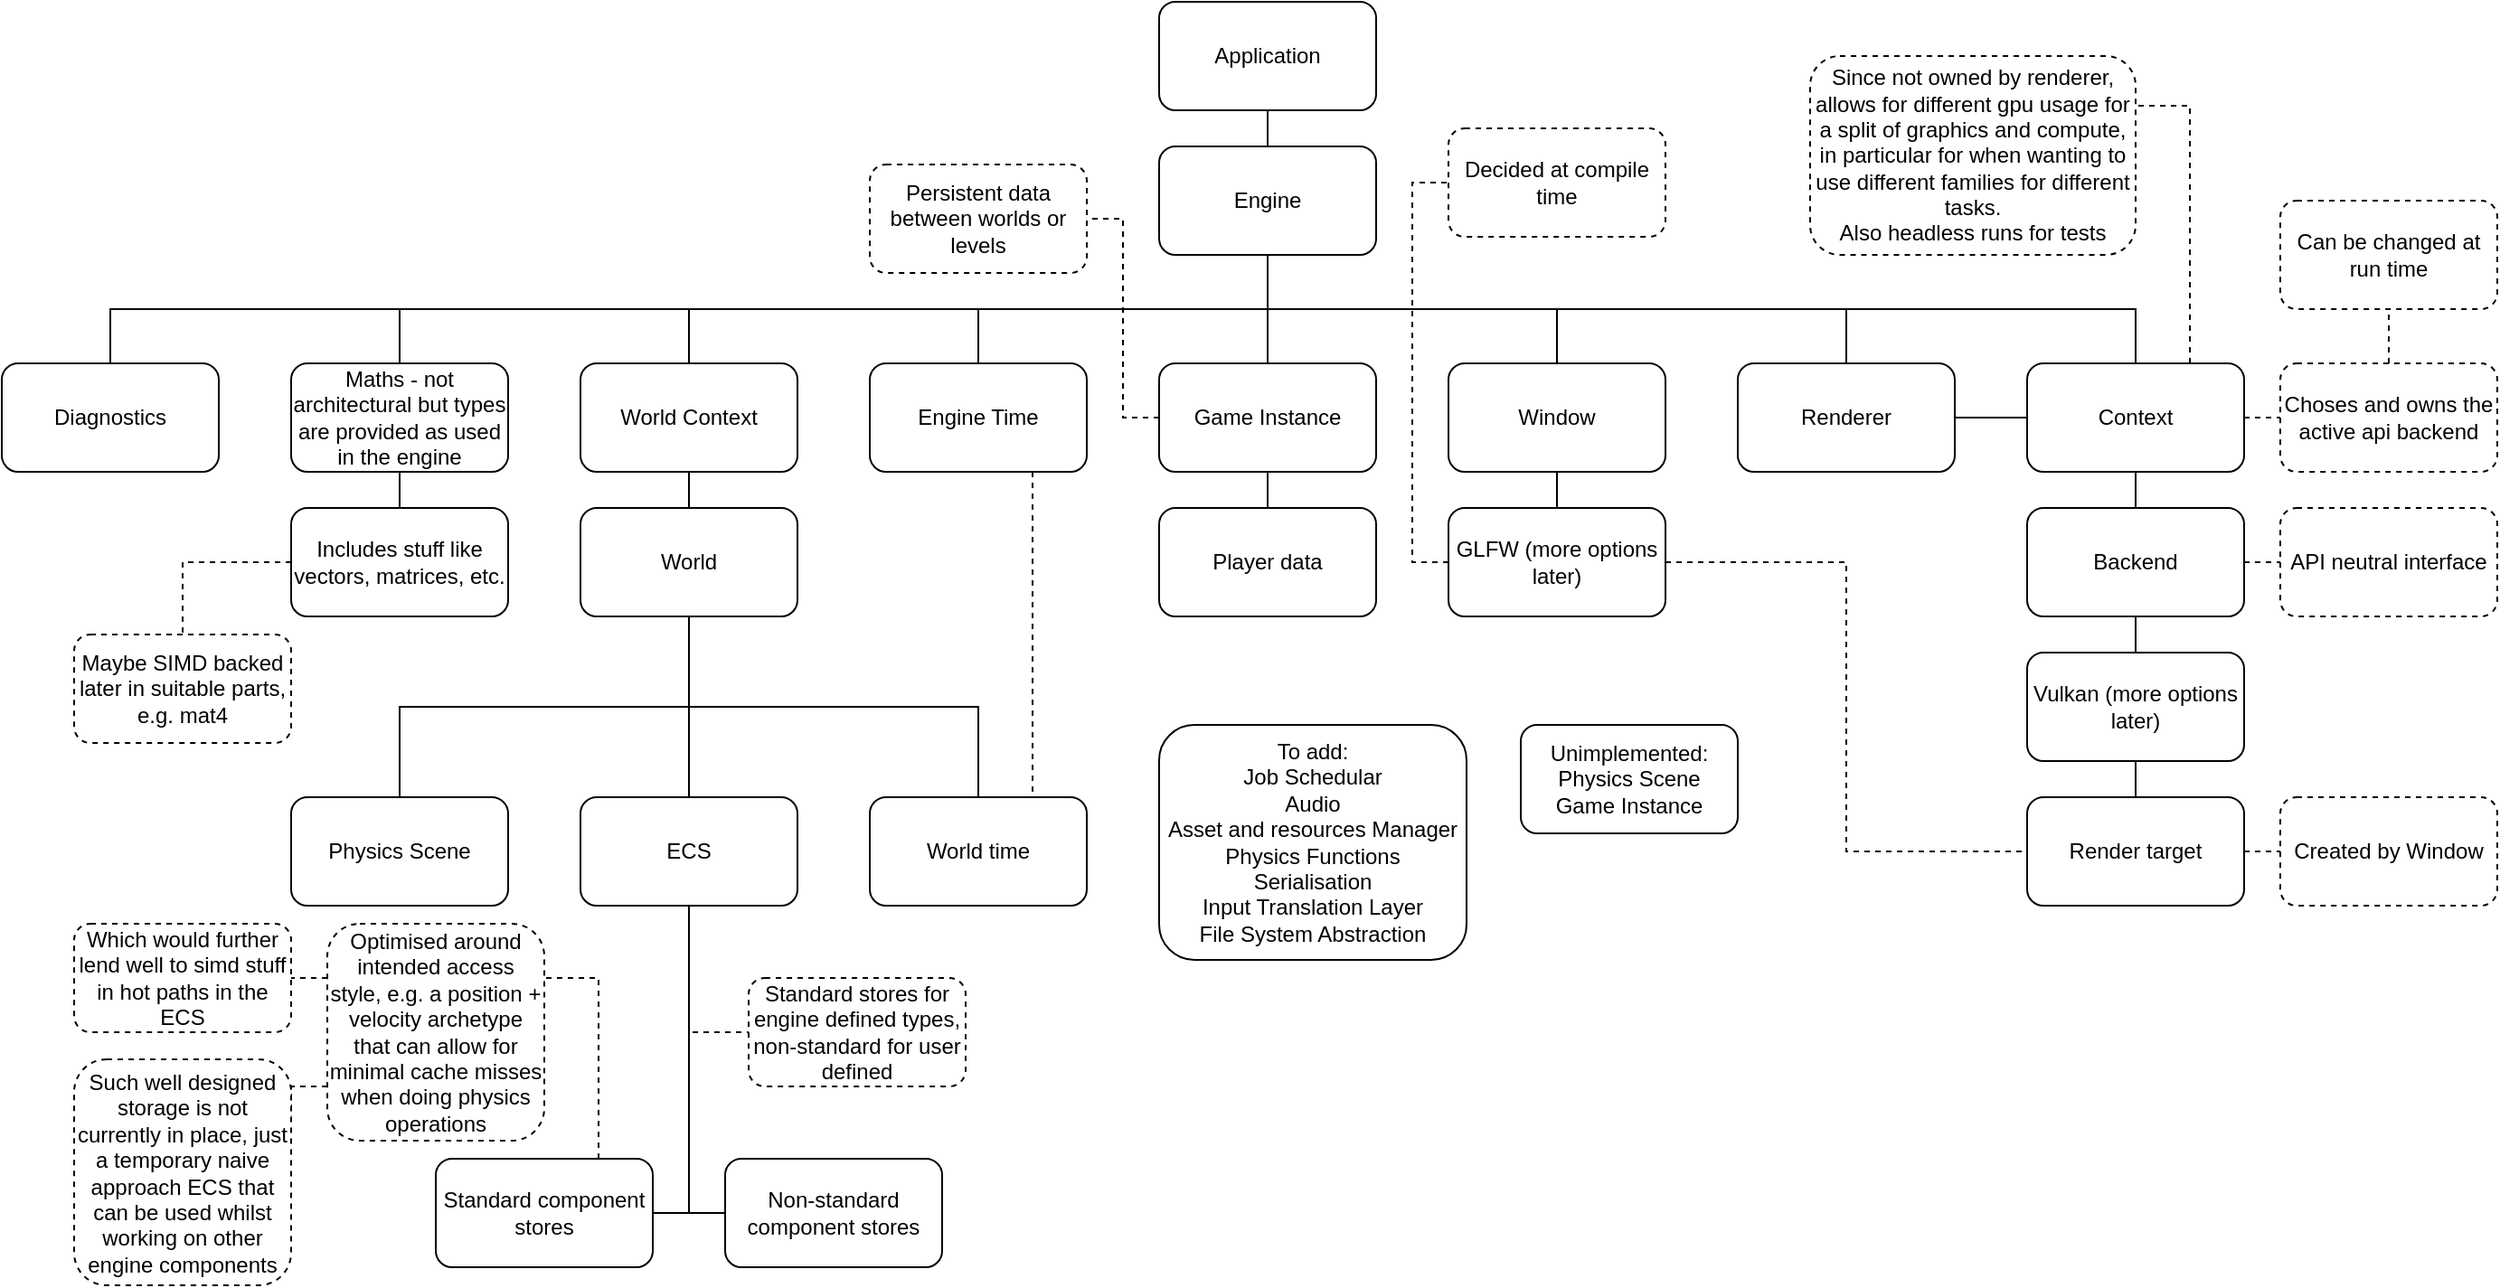
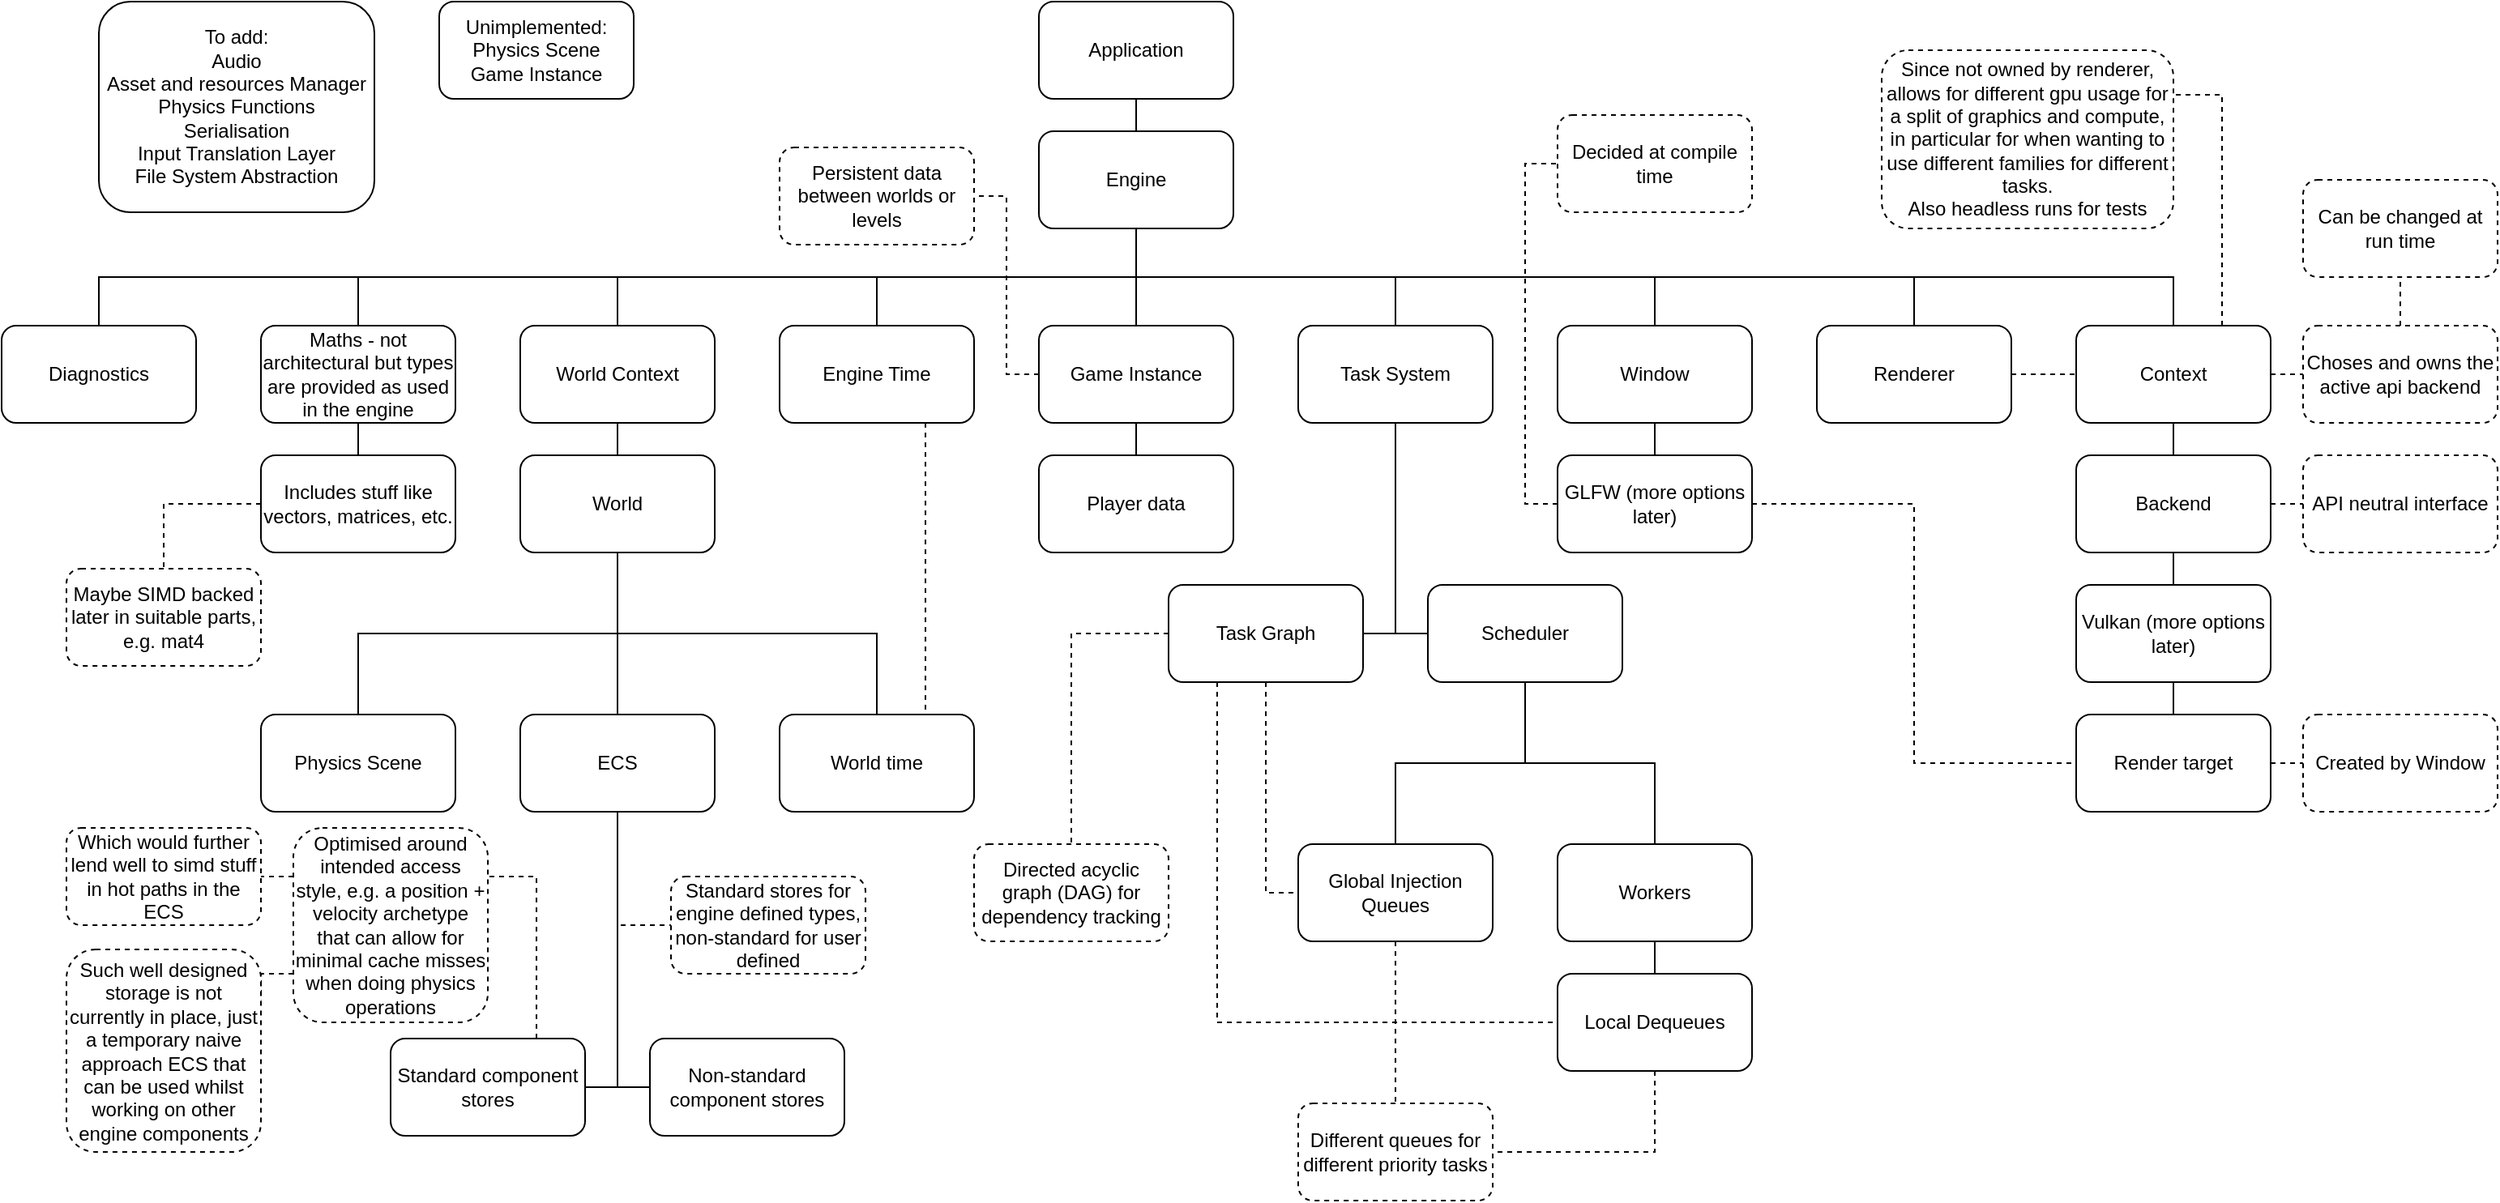
<mxfile host="app.diagrams.net">
  <diagram name="Page-1" id="mbhAn7DSFYo8dZAduWNX">
-     <mxGraphModel dx="2383" dy="864" grid="1" gridSize="10" guides="1" tooltips="1" connect="1" arrows="1" fold="1" page="1" pageScale="1" pageWidth="827" pageHeight="1169" math="0" shadow="0">
+     <mxGraphModel dx="2606" dy="1036" grid="1" gridSize="10" guides="1" tooltips="1" connect="1" arrows="1" fold="1" page="1" pageScale="1" pageWidth="827" pageHeight="1169" math="0" shadow="0">
      <root>
        <mxCell id="0" />
        <mxCell id="1" parent="0" />
        <mxCell id="Oi5ag5eFNUSWMgOTI_YV-3" edge="1" parent="1" source="Oi5ag5eFNUSWMgOTI_YV-1" style="edgeStyle=orthogonalEdgeStyle;rounded=0;orthogonalLoop=1;jettySize=auto;html=1;exitX=0.5;exitY=1;exitDx=0;exitDy=0;entryX=0.5;entryY=0;entryDx=0;entryDy=0;endArrow=none;endFill=0;" target="Oi5ag5eFNUSWMgOTI_YV-2">
          <mxGeometry relative="1" as="geometry" />
        </mxCell>
        <mxCell id="Oi5ag5eFNUSWMgOTI_YV-1" parent="1" style="rounded=1;whiteSpace=wrap;html=1;" value="Application" vertex="1">
          <mxGeometry height="60" width="120" x="320" y="80" as="geometry" />
        </mxCell>
        <mxCell id="Oi5ag5eFNUSWMgOTI_YV-11" edge="1" parent="1" source="Oi5ag5eFNUSWMgOTI_YV-2" style="edgeStyle=orthogonalEdgeStyle;rounded=0;orthogonalLoop=1;jettySize=auto;html=1;exitX=0.5;exitY=1;exitDx=0;exitDy=0;entryX=0.5;entryY=0;entryDx=0;entryDy=0;endArrow=none;endFill=0;" target="Oi5ag5eFNUSWMgOTI_YV-4">
          <mxGeometry relative="1" as="geometry" />
        </mxCell>
        <mxCell id="Oi5ag5eFNUSWMgOTI_YV-16" edge="1" parent="1" source="Oi5ag5eFNUSWMgOTI_YV-2" style="edgeStyle=orthogonalEdgeStyle;rounded=0;orthogonalLoop=1;jettySize=auto;html=1;exitX=0.5;exitY=1;exitDx=0;exitDy=0;entryX=0.5;entryY=0;entryDx=0;entryDy=0;endArrow=none;endFill=0;" target="Oi5ag5eFNUSWMgOTI_YV-6">
          <mxGeometry relative="1" as="geometry" />
        </mxCell>
        <mxCell id="Oi5ag5eFNUSWMgOTI_YV-87" edge="1" parent="1" source="Oi5ag5eFNUSWMgOTI_YV-2" style="edgeStyle=orthogonalEdgeStyle;rounded=0;orthogonalLoop=1;jettySize=auto;html=1;exitX=0.5;exitY=1;exitDx=0;exitDy=0;entryX=0.5;entryY=0;entryDx=0;entryDy=0;endArrow=none;endFill=0;" target="Oi5ag5eFNUSWMgOTI_YV-86">
          <mxGeometry relative="1" as="geometry" />
        </mxCell>
        <mxCell id="i3pJ2tpZdK7oocnIrgXj-2" edge="1" parent="1" source="Oi5ag5eFNUSWMgOTI_YV-2" style="edgeStyle=orthogonalEdgeStyle;rounded=0;orthogonalLoop=1;jettySize=auto;html=1;exitX=0.5;exitY=1;exitDx=0;exitDy=0;entryX=0.5;entryY=0;entryDx=0;entryDy=0;endArrow=none;endFill=0;" target="i3pJ2tpZdK7oocnIrgXj-1">
          <mxGeometry relative="1" as="geometry" />
        </mxCell>
        <mxCell id="i3pJ2tpZdK7oocnIrgXj-9" edge="1" parent="1" source="Oi5ag5eFNUSWMgOTI_YV-2" style="edgeStyle=orthogonalEdgeStyle;rounded=0;orthogonalLoop=1;jettySize=auto;html=1;exitX=0.5;exitY=1;exitDx=0;exitDy=0;endArrow=none;endFill=0;" target="i3pJ2tpZdK7oocnIrgXj-8">
          <mxGeometry relative="1" as="geometry" />
        </mxCell>
        <mxCell id="i3pJ2tpZdK7oocnIrgXj-14" edge="1" parent="1" source="Oi5ag5eFNUSWMgOTI_YV-2" style="edgeStyle=orthogonalEdgeStyle;rounded=0;orthogonalLoop=1;jettySize=auto;html=1;exitX=0.5;exitY=1;exitDx=0;exitDy=0;entryX=0.5;entryY=0;entryDx=0;entryDy=0;endArrow=none;endFill=0;" target="Oi5ag5eFNUSWMgOTI_YV-8">
          <mxGeometry relative="1" as="geometry" />
        </mxCell>
        <mxCell id="i3pJ2tpZdK7oocnIrgXj-15" edge="1" parent="1" source="Oi5ag5eFNUSWMgOTI_YV-2" style="edgeStyle=orthogonalEdgeStyle;rounded=0;orthogonalLoop=1;jettySize=auto;html=1;exitX=0.5;exitY=1;exitDx=0;exitDy=0;entryX=0.5;entryY=0;entryDx=0;entryDy=0;endArrow=none;endFill=0;" target="Oi5ag5eFNUSWMgOTI_YV-5">
          <mxGeometry relative="1" as="geometry" />
        </mxCell>
        <mxCell id="i3pJ2tpZdK7oocnIrgXj-16" edge="1" parent="1" source="Oi5ag5eFNUSWMgOTI_YV-2" style="edgeStyle=orthogonalEdgeStyle;rounded=0;orthogonalLoop=1;jettySize=auto;html=1;exitX=0.5;exitY=1;exitDx=0;exitDy=0;entryX=0.5;entryY=0;entryDx=0;entryDy=0;endArrow=none;endFill=0;" target="Oi5ag5eFNUSWMgOTI_YV-27">
          <mxGeometry relative="1" as="geometry" />
        </mxCell>
+         <mxCell id="Co8FKgyJ0RyQGJsRHfQD-3" edge="1" parent="1" source="Oi5ag5eFNUSWMgOTI_YV-2" style="edgeStyle=orthogonalEdgeStyle;rounded=0;orthogonalLoop=1;jettySize=auto;html=1;exitX=0.5;exitY=1;exitDx=0;exitDy=0;entryX=0.5;entryY=0;entryDx=0;entryDy=0;endArrow=none;endFill=0;" target="Co8FKgyJ0RyQGJsRHfQD-2">
+           <mxGeometry relative="1" as="geometry" />
+         </mxCell>
        <mxCell id="Oi5ag5eFNUSWMgOTI_YV-2" parent="1" style="rounded=1;whiteSpace=wrap;html=1;" value="Engine" vertex="1">
          <mxGeometry height="60" width="120" x="320" y="160" as="geometry" />
        </mxCell>
        <mxCell id="Oi5ag5eFNUSWMgOTI_YV-12" edge="1" parent="1" source="Oi5ag5eFNUSWMgOTI_YV-4" style="edgeStyle=orthogonalEdgeStyle;rounded=0;orthogonalLoop=1;jettySize=auto;html=1;exitX=0.5;exitY=1;exitDx=0;exitDy=0;entryX=0.5;entryY=0;entryDx=0;entryDy=0;endArrow=none;endFill=0;" target="Oi5ag5eFNUSWMgOTI_YV-9">
          <mxGeometry relative="1" as="geometry" />
        </mxCell>
        <mxCell id="Oi5ag5eFNUSWMgOTI_YV-4" parent="1" style="rounded=1;whiteSpace=wrap;html=1;" value="World Context" vertex="1">
          <mxGeometry height="60" width="120" y="280" as="geometry" />
        </mxCell>
-         <mxCell id="Oi5ag5eFNUSWMgOTI_YV-77" edge="1" parent="1" source="Oi5ag5eFNUSWMgOTI_YV-5" style="edgeStyle=orthogonalEdgeStyle;rounded=0;orthogonalLoop=1;jettySize=auto;html=1;exitX=1;exitY=0.5;exitDx=0;exitDy=0;entryX=0;entryY=0.5;entryDx=0;entryDy=0;endArrow=none;endFill=0;" target="Oi5ag5eFNUSWMgOTI_YV-27">
+         <mxCell id="Oi5ag5eFNUSWMgOTI_YV-77" edge="1" parent="1" source="Oi5ag5eFNUSWMgOTI_YV-5" style="edgeStyle=orthogonalEdgeStyle;rounded=0;orthogonalLoop=1;jettySize=auto;html=1;exitX=1;exitY=0.5;exitDx=0;exitDy=0;entryX=0;entryY=0.5;entryDx=0;entryDy=0;endArrow=none;endFill=0;dashed=1;" target="Oi5ag5eFNUSWMgOTI_YV-27">
          <mxGeometry relative="1" as="geometry" />
        </mxCell>
        <mxCell id="Oi5ag5eFNUSWMgOTI_YV-5" parent="1" style="rounded=1;whiteSpace=wrap;html=1;" value="Renderer" vertex="1">
-           <mxGeometry height="60" width="120" x="640" y="280" as="geometry" />
+           <mxGeometry height="60" width="120" x="800" y="280" as="geometry" />
        </mxCell>
        <mxCell id="Oi5ag5eFNUSWMgOTI_YV-69" edge="1" parent="1" source="Oi5ag5eFNUSWMgOTI_YV-6" style="edgeStyle=orthogonalEdgeStyle;rounded=0;orthogonalLoop=1;jettySize=auto;html=1;exitX=0.5;exitY=1;exitDx=0;exitDy=0;entryX=0.5;entryY=0;entryDx=0;entryDy=0;endArrow=none;endFill=0;" target="Oi5ag5eFNUSWMgOTI_YV-68">
          <mxGeometry relative="1" as="geometry" />
        </mxCell>
        <mxCell id="Oi5ag5eFNUSWMgOTI_YV-6" parent="1" style="rounded=1;whiteSpace=wrap;html=1;" value="Maths - not architectural but types are provided as used in the engine" vertex="1">
          <mxGeometry height="60" width="120" x="-160" y="280" as="geometry" />
        </mxCell>
-         <mxCell id="Oi5ag5eFNUSWMgOTI_YV-7" parent="1" style="rounded=1;whiteSpace=wrap;html=1;" value="To add:&lt;div&gt;Job Schedular&lt;/div&gt;&lt;div&gt;Audio&lt;/div&gt;&lt;div&gt;Asset and resources Manager&lt;/div&gt;&lt;div&gt;Physics Functions&lt;/div&gt;&lt;div&gt;Serialisation&lt;/div&gt;&lt;div&gt;Input Translation Layer&lt;br&gt;&lt;/div&gt;&lt;div&gt;File System Abstraction&lt;/div&gt;" vertex="1">
-           <mxGeometry height="130" width="170" x="320" y="480" as="geometry" />
+         <mxCell id="Oi5ag5eFNUSWMgOTI_YV-7" parent="1" style="rounded=1;whiteSpace=wrap;html=1;" value="To add:&lt;div&gt;Audio&lt;br&gt;&lt;/div&gt;&lt;div&gt;Asset and resources Manager&lt;/div&gt;&lt;div&gt;Physics Functions&lt;/div&gt;&lt;div&gt;Serialisation&lt;/div&gt;&lt;div&gt;Input Translation Layer&lt;br&gt;&lt;/div&gt;&lt;div&gt;File System Abstraction&lt;/div&gt;" vertex="1">
+           <mxGeometry height="130" width="170" x="-260" y="80" as="geometry" />
        </mxCell>
        <mxCell id="Oi5ag5eFNUSWMgOTI_YV-59" edge="1" parent="1" source="Oi5ag5eFNUSWMgOTI_YV-8" style="edgeStyle=orthogonalEdgeStyle;rounded=0;orthogonalLoop=1;jettySize=auto;html=1;exitX=0.5;exitY=1;exitDx=0;exitDy=0;entryX=0.5;entryY=0;entryDx=0;entryDy=0;endArrow=none;endFill=0;" target="Oi5ag5eFNUSWMgOTI_YV-58">
          <mxGeometry relative="1" as="geometry" />
        </mxCell>
        <mxCell id="Oi5ag5eFNUSWMgOTI_YV-62" edge="1" parent="1" source="Oi5ag5eFNUSWMgOTI_YV-58" style="edgeStyle=orthogonalEdgeStyle;rounded=0;orthogonalLoop=1;jettySize=auto;html=1;exitX=0;exitY=0.5;exitDx=0;exitDy=0;entryX=0;entryY=0.5;entryDx=0;entryDy=0;dashed=1;endArrow=none;endFill=0;" target="Oi5ag5eFNUSWMgOTI_YV-43">
          <mxGeometry relative="1" as="geometry" />
        </mxCell>
        <mxCell id="Oi5ag5eFNUSWMgOTI_YV-8" parent="1" style="rounded=1;whiteSpace=wrap;html=1;" value="Window" vertex="1">
-           <mxGeometry height="60" width="120" x="480" y="280" as="geometry" />
+           <mxGeometry height="60" width="120" x="640" y="280" as="geometry" />
        </mxCell>
        <mxCell id="Oi5ag5eFNUSWMgOTI_YV-13" edge="1" parent="1" source="Oi5ag5eFNUSWMgOTI_YV-9" style="edgeStyle=orthogonalEdgeStyle;rounded=0;orthogonalLoop=1;jettySize=auto;html=1;exitX=0.5;exitY=1;exitDx=0;exitDy=0;entryX=0.5;entryY=0;entryDx=0;entryDy=0;endArrow=none;endFill=0;" target="Oi5ag5eFNUSWMgOTI_YV-10">
          <mxGeometry relative="1" as="geometry" />
        </mxCell>
        <mxCell id="i3pJ2tpZdK7oocnIrgXj-4" edge="1" parent="1" source="Oi5ag5eFNUSWMgOTI_YV-9" style="edgeStyle=orthogonalEdgeStyle;rounded=0;orthogonalLoop=1;jettySize=auto;html=1;exitX=0.5;exitY=1;exitDx=0;exitDy=0;entryX=0.5;entryY=0;entryDx=0;entryDy=0;endArrow=none;endFill=0;" target="i3pJ2tpZdK7oocnIrgXj-3">
          <mxGeometry relative="1" as="geometry" />
        </mxCell>
        <mxCell id="i3pJ2tpZdK7oocnIrgXj-7" edge="1" parent="1" source="Oi5ag5eFNUSWMgOTI_YV-9" style="edgeStyle=orthogonalEdgeStyle;rounded=0;orthogonalLoop=1;jettySize=auto;html=1;exitX=0.5;exitY=1;exitDx=0;exitDy=0;entryX=0.5;entryY=0;entryDx=0;entryDy=0;endArrow=none;endFill=0;" target="i3pJ2tpZdK7oocnIrgXj-6">
          <mxGeometry relative="1" as="geometry" />
        </mxCell>
        <mxCell id="Oi5ag5eFNUSWMgOTI_YV-9" parent="1" style="rounded=1;whiteSpace=wrap;html=1;" value="World" vertex="1">
          <mxGeometry height="60" width="120" y="360" as="geometry" />
        </mxCell>
        <mxCell id="Oi5ag5eFNUSWMgOTI_YV-39" edge="1" parent="1" source="Oi5ag5eFNUSWMgOTI_YV-10" style="edgeStyle=orthogonalEdgeStyle;rounded=0;orthogonalLoop=1;jettySize=auto;html=1;exitX=0.5;exitY=1;exitDx=0;exitDy=0;entryX=1;entryY=0.5;entryDx=0;entryDy=0;endArrow=none;endFill=0;" target="Oi5ag5eFNUSWMgOTI_YV-37">
          <mxGeometry relative="1" as="geometry" />
        </mxCell>
        <mxCell id="Oi5ag5eFNUSWMgOTI_YV-40" edge="1" parent="1" source="Oi5ag5eFNUSWMgOTI_YV-10" style="edgeStyle=orthogonalEdgeStyle;rounded=0;orthogonalLoop=1;jettySize=auto;html=1;exitX=0.5;exitY=1;exitDx=0;exitDy=0;entryX=0;entryY=0.5;entryDx=0;entryDy=0;endArrow=none;endFill=0;" target="Oi5ag5eFNUSWMgOTI_YV-38">
          <mxGeometry relative="1" as="geometry" />
        </mxCell>
        <mxCell id="Oi5ag5eFNUSWMgOTI_YV-61" edge="1" parent="1" source="Oi5ag5eFNUSWMgOTI_YV-10" style="edgeStyle=orthogonalEdgeStyle;rounded=0;orthogonalLoop=1;jettySize=auto;html=1;exitX=0.5;exitY=1;exitDx=0;exitDy=0;entryX=0;entryY=0.5;entryDx=0;entryDy=0;dashed=1;endArrow=none;endFill=0;" target="Oi5ag5eFNUSWMgOTI_YV-60">
          <mxGeometry relative="1" as="geometry" />
        </mxCell>
        <mxCell id="Oi5ag5eFNUSWMgOTI_YV-10" parent="1" style="rounded=1;whiteSpace=wrap;html=1;" value="ECS" vertex="1">
          <mxGeometry height="60" width="120" y="520" as="geometry" />
        </mxCell>
        <mxCell id="Oi5ag5eFNUSWMgOTI_YV-55" edge="1" parent="1" source="Oi5ag5eFNUSWMgOTI_YV-27" style="edgeStyle=orthogonalEdgeStyle;rounded=0;orthogonalLoop=1;jettySize=auto;html=1;exitX=0.5;exitY=1;exitDx=0;exitDy=0;entryX=0.5;entryY=0;entryDx=0;entryDy=0;endArrow=none;endFill=0;" target="Oi5ag5eFNUSWMgOTI_YV-31">
          <mxGeometry relative="1" as="geometry" />
        </mxCell>
        <mxCell id="Oi5ag5eFNUSWMgOTI_YV-64" edge="1" parent="1" source="Oi5ag5eFNUSWMgOTI_YV-27" style="edgeStyle=orthogonalEdgeStyle;rounded=0;orthogonalLoop=1;jettySize=auto;html=1;exitX=1;exitY=0.5;exitDx=0;exitDy=0;entryX=0;entryY=0.5;entryDx=0;entryDy=0;dashed=1;endArrow=none;endFill=0;" target="Oi5ag5eFNUSWMgOTI_YV-51">
          <mxGeometry relative="1" as="geometry" />
        </mxCell>
        <mxCell id="Oi5ag5eFNUSWMgOTI_YV-66" edge="1" parent="1" source="Oi5ag5eFNUSWMgOTI_YV-27" style="edgeStyle=orthogonalEdgeStyle;rounded=0;orthogonalLoop=1;jettySize=auto;html=1;exitX=0.75;exitY=0;exitDx=0;exitDy=0;entryX=1;entryY=0.25;entryDx=0;entryDy=0;dashed=1;endArrow=none;endFill=0;" target="Oi5ag5eFNUSWMgOTI_YV-41">
          <mxGeometry relative="1" as="geometry" />
        </mxCell>
        <mxCell id="Oi5ag5eFNUSWMgOTI_YV-27" parent="1" style="rounded=1;whiteSpace=wrap;html=1;" value="Context" vertex="1">
-           <mxGeometry height="60" width="120" x="800" y="280" as="geometry" />
+           <mxGeometry height="60" width="120" x="960" y="280" as="geometry" />
        </mxCell>
        <mxCell id="Oi5ag5eFNUSWMgOTI_YV-34" edge="1" parent="1" source="Oi5ag5eFNUSWMgOTI_YV-31" style="edgeStyle=orthogonalEdgeStyle;rounded=0;orthogonalLoop=1;jettySize=auto;html=1;exitX=0.5;exitY=1;exitDx=0;exitDy=0;entryX=0.5;entryY=0;entryDx=0;entryDy=0;endArrow=none;endFill=0;" target="Oi5ag5eFNUSWMgOTI_YV-32">
          <mxGeometry relative="1" as="geometry" />
        </mxCell>
        <mxCell id="Oi5ag5eFNUSWMgOTI_YV-65" edge="1" parent="1" source="Oi5ag5eFNUSWMgOTI_YV-31" style="edgeStyle=orthogonalEdgeStyle;rounded=0;orthogonalLoop=1;jettySize=auto;html=1;exitX=1;exitY=0.5;exitDx=0;exitDy=0;entryX=0;entryY=0.5;entryDx=0;entryDy=0;dashed=1;endArrow=none;endFill=0;" target="Oi5ag5eFNUSWMgOTI_YV-53">
          <mxGeometry relative="1" as="geometry" />
        </mxCell>
        <mxCell id="Oi5ag5eFNUSWMgOTI_YV-31" parent="1" style="rounded=1;whiteSpace=wrap;html=1;" value="Backend" vertex="1">
-           <mxGeometry height="60" width="120" x="800" y="360" as="geometry" />
+           <mxGeometry height="60" width="120" x="960" y="360" as="geometry" />
        </mxCell>
        <mxCell id="Oi5ag5eFNUSWMgOTI_YV-79" edge="1" parent="1" source="Oi5ag5eFNUSWMgOTI_YV-32" style="edgeStyle=orthogonalEdgeStyle;rounded=0;orthogonalLoop=1;jettySize=auto;html=1;exitX=0.5;exitY=1;exitDx=0;exitDy=0;entryX=0.5;entryY=0;entryDx=0;entryDy=0;endArrow=none;endFill=0;" target="Oi5ag5eFNUSWMgOTI_YV-78">
          <mxGeometry relative="1" as="geometry" />
        </mxCell>
        <mxCell id="Oi5ag5eFNUSWMgOTI_YV-32" parent="1" style="rounded=1;whiteSpace=wrap;html=1;" value="Vulkan (more options later)" vertex="1">
-           <mxGeometry height="60" width="120" x="800" y="440" as="geometry" />
+           <mxGeometry height="60" width="120" x="960" y="440" as="geometry" />
        </mxCell>
        <mxCell id="Oi5ag5eFNUSWMgOTI_YV-46" edge="1" parent="1" source="Oi5ag5eFNUSWMgOTI_YV-37" style="edgeStyle=orthogonalEdgeStyle;rounded=0;orthogonalLoop=1;jettySize=auto;html=1;exitX=0.75;exitY=0;exitDx=0;exitDy=0;entryX=1;entryY=0.25;entryDx=0;entryDy=0;dashed=1;endArrow=none;endFill=0;" target="Oi5ag5eFNUSWMgOTI_YV-45">
          <mxGeometry relative="1" as="geometry" />
        </mxCell>
        <mxCell id="Oi5ag5eFNUSWMgOTI_YV-37" parent="1" style="rounded=1;whiteSpace=wrap;html=1;" value="Standard component stores" vertex="1">
          <mxGeometry height="60" width="120" x="-80" y="720" as="geometry" />
        </mxCell>
        <mxCell id="Oi5ag5eFNUSWMgOTI_YV-38" parent="1" style="rounded=1;whiteSpace=wrap;html=1;" value="Non-standard component stores" vertex="1">
          <mxGeometry height="60" width="120" x="80" y="720" as="geometry" />
        </mxCell>
        <mxCell id="Oi5ag5eFNUSWMgOTI_YV-41" parent="1" style="rounded=1;whiteSpace=wrap;html=1;dashed=1;" value="Since not owned by renderer, allows for different gpu usage for a split of graphics and compute, in particular for when wanting to use different families for different tasks.&lt;div&gt;Also headless runs for tests&lt;/div&gt;" vertex="1">
-           <mxGeometry height="110" width="180" x="680" y="110" as="geometry" />
+           <mxGeometry height="110" width="180" x="840" y="110" as="geometry" />
        </mxCell>
        <mxCell id="Oi5ag5eFNUSWMgOTI_YV-43" parent="1" style="rounded=1;whiteSpace=wrap;html=1;dashed=1;" value="Decided at compile time" vertex="1">
-           <mxGeometry height="60" width="120" x="480" y="150" as="geometry" />
+           <mxGeometry height="60" width="120" x="640" y="150" as="geometry" />
        </mxCell>
        <mxCell id="Oi5ag5eFNUSWMgOTI_YV-48" edge="1" parent="1" source="Oi5ag5eFNUSWMgOTI_YV-45" style="edgeStyle=orthogonalEdgeStyle;rounded=0;orthogonalLoop=1;jettySize=auto;html=1;exitX=0;exitY=0.25;exitDx=0;exitDy=0;entryX=1;entryY=0.5;entryDx=0;entryDy=0;dashed=1;endArrow=none;endFill=0;" target="Oi5ag5eFNUSWMgOTI_YV-47">
          <mxGeometry relative="1" as="geometry" />
        </mxCell>
        <mxCell id="Oi5ag5eFNUSWMgOTI_YV-85" edge="1" parent="1" source="Oi5ag5eFNUSWMgOTI_YV-45" style="edgeStyle=orthogonalEdgeStyle;rounded=0;orthogonalLoop=1;jettySize=auto;html=1;exitX=0;exitY=0.75;exitDx=0;exitDy=0;entryX=1;entryY=0.25;entryDx=0;entryDy=0;endArrow=none;endFill=0;dashed=1;" target="Oi5ag5eFNUSWMgOTI_YV-84">
          <mxGeometry relative="1" as="geometry" />
        </mxCell>
        <mxCell id="Oi5ag5eFNUSWMgOTI_YV-45" parent="1" style="rounded=1;whiteSpace=wrap;html=1;dashed=1;" value="Optimised around intended access style, e.g. a position + velocity archetype that can allow for minimal cache misses when doing physics operations" vertex="1">
          <mxGeometry height="120" width="120" x="-140" y="590" as="geometry" />
        </mxCell>
        <mxCell id="Oi5ag5eFNUSWMgOTI_YV-47" parent="1" style="rounded=1;whiteSpace=wrap;html=1;dashed=1;" value="Which would further lend well to simd stuff in hot paths in the ECS" vertex="1">
          <mxGeometry height="60" width="120" x="-280" y="590" as="geometry" />
        </mxCell>
        <mxCell id="Oi5ag5eFNUSWMgOTI_YV-49" parent="1" style="rounded=1;whiteSpace=wrap;html=1;dashed=1;" value="Can be changed at run time" vertex="1">
-           <mxGeometry height="60" width="120" x="940" y="190" as="geometry" />
+           <mxGeometry height="60" width="120" x="1100" y="190" as="geometry" />
        </mxCell>
        <mxCell id="Oi5ag5eFNUSWMgOTI_YV-63" edge="1" parent="1" source="Oi5ag5eFNUSWMgOTI_YV-51" style="edgeStyle=orthogonalEdgeStyle;rounded=0;orthogonalLoop=1;jettySize=auto;html=1;exitX=0.5;exitY=0;exitDx=0;exitDy=0;entryX=0.5;entryY=1;entryDx=0;entryDy=0;dashed=1;endArrow=none;endFill=0;" target="Oi5ag5eFNUSWMgOTI_YV-49">
          <mxGeometry relative="1" as="geometry" />
        </mxCell>
        <mxCell id="Oi5ag5eFNUSWMgOTI_YV-51" parent="1" style="rounded=1;whiteSpace=wrap;html=1;dashed=1;" value="Choses and owns the active api backend" vertex="1">
-           <mxGeometry height="60" width="120" x="940" y="280" as="geometry" />
+           <mxGeometry height="60" width="120" x="1100" y="280" as="geometry" />
        </mxCell>
        <mxCell id="Oi5ag5eFNUSWMgOTI_YV-53" parent="1" style="rounded=1;whiteSpace=wrap;html=1;dashed=1;" value="API neutral interface" vertex="1">
-           <mxGeometry height="60" width="120" x="940" y="360" as="geometry" />
+           <mxGeometry height="60" width="120" x="1100" y="360" as="geometry" />
        </mxCell>
        <mxCell id="Oi5ag5eFNUSWMgOTI_YV-82" edge="1" parent="1" source="Oi5ag5eFNUSWMgOTI_YV-58" style="edgeStyle=orthogonalEdgeStyle;rounded=0;orthogonalLoop=1;jettySize=auto;html=1;exitX=1;exitY=0.5;exitDx=0;exitDy=0;entryX=0;entryY=0.5;entryDx=0;entryDy=0;dashed=1;endArrow=none;endFill=0;" target="Oi5ag5eFNUSWMgOTI_YV-78">
          <mxGeometry relative="1" as="geometry" />
        </mxCell>
        <mxCell id="Oi5ag5eFNUSWMgOTI_YV-58" parent="1" style="rounded=1;whiteSpace=wrap;html=1;" value="GLFW (more options later)" vertex="1">
-           <mxGeometry height="60" width="120" x="480" y="360" as="geometry" />
+           <mxGeometry height="60" width="120" x="640" y="360" as="geometry" />
        </mxCell>
        <mxCell id="Oi5ag5eFNUSWMgOTI_YV-60" parent="1" style="rounded=1;whiteSpace=wrap;html=1;dashed=1;" value="Standard stores for engine defined types, non-standard for user defined" vertex="1">
          <mxGeometry height="60" width="120" x="93" y="620" as="geometry" />
        </mxCell>
        <mxCell id="Oi5ag5eFNUSWMgOTI_YV-73" edge="1" parent="1" source="Oi5ag5eFNUSWMgOTI_YV-68" style="edgeStyle=orthogonalEdgeStyle;rounded=0;orthogonalLoop=1;jettySize=auto;html=1;exitX=0;exitY=0.5;exitDx=0;exitDy=0;entryX=0.5;entryY=0;entryDx=0;entryDy=0;dashed=1;endArrow=none;endFill=0;" target="Oi5ag5eFNUSWMgOTI_YV-71">
          <mxGeometry relative="1" as="geometry" />
        </mxCell>
        <mxCell id="Oi5ag5eFNUSWMgOTI_YV-68" parent="1" style="rounded=1;whiteSpace=wrap;html=1;" value="Includes stuff like vectors, matrices, etc." vertex="1">
          <mxGeometry height="60" width="120" x="-160" y="360" as="geometry" />
        </mxCell>
        <mxCell id="Oi5ag5eFNUSWMgOTI_YV-71" parent="1" style="rounded=1;whiteSpace=wrap;html=1;dashed=1;" value="Maybe SIMD backed later in suitable parts, e.g. mat4" vertex="1">
          <mxGeometry height="60" width="120" x="-280" y="430" as="geometry" />
        </mxCell>
        <mxCell id="Oi5ag5eFNUSWMgOTI_YV-83" edge="1" parent="1" source="Oi5ag5eFNUSWMgOTI_YV-78" style="edgeStyle=orthogonalEdgeStyle;rounded=0;orthogonalLoop=1;jettySize=auto;html=1;exitX=1;exitY=0.5;exitDx=0;exitDy=0;entryX=0;entryY=0.5;entryDx=0;entryDy=0;endArrow=none;endFill=0;dashed=1;" target="Oi5ag5eFNUSWMgOTI_YV-80">
          <mxGeometry relative="1" as="geometry" />
        </mxCell>
        <mxCell id="Oi5ag5eFNUSWMgOTI_YV-78" parent="1" style="rounded=1;whiteSpace=wrap;html=1;" value="Render target" vertex="1">
-           <mxGeometry height="60" width="120" x="800" y="520" as="geometry" />
+           <mxGeometry height="60" width="120" x="960" y="520" as="geometry" />
        </mxCell>
        <mxCell id="Oi5ag5eFNUSWMgOTI_YV-80" parent="1" style="rounded=1;whiteSpace=wrap;html=1;dashed=1;" value="Created by Window" vertex="1">
-           <mxGeometry height="60" width="120" x="940" y="520" as="geometry" />
+           <mxGeometry height="60" width="120" x="1100" y="520" as="geometry" />
        </mxCell>
        <mxCell id="Oi5ag5eFNUSWMgOTI_YV-84" parent="1" style="rounded=1;whiteSpace=wrap;html=1;dashed=1;" value="Such well designed storage is not currently in place, just a temporary naive approach ECS that can be used whilst working on other engine components" vertex="1">
          <mxGeometry height="125" width="120" x="-280" y="665" as="geometry" />
        </mxCell>
        <mxCell id="Oi5ag5eFNUSWMgOTI_YV-86" parent="1" style="rounded=1;whiteSpace=wrap;html=1;" value="Diagnostics" vertex="1">
          <mxGeometry height="60" width="120" x="-320" y="280" as="geometry" />
        </mxCell>
        <mxCell id="i3pJ2tpZdK7oocnIrgXj-17" edge="1" parent="1" source="i3pJ2tpZdK7oocnIrgXj-1" style="edgeStyle=orthogonalEdgeStyle;rounded=0;orthogonalLoop=1;jettySize=auto;html=1;exitX=0.75;exitY=1;exitDx=0;exitDy=0;entryX=0.75;entryY=0;entryDx=0;entryDy=0;endArrow=none;endFill=0;dashed=1;" target="i3pJ2tpZdK7oocnIrgXj-3">
          <mxGeometry relative="1" as="geometry" />
        </mxCell>
        <mxCell id="i3pJ2tpZdK7oocnIrgXj-1" parent="1" style="rounded=1;whiteSpace=wrap;html=1;" value="Engine Time" vertex="1">
          <mxGeometry height="60" width="120" x="160" y="280" as="geometry" />
        </mxCell>
        <mxCell id="i3pJ2tpZdK7oocnIrgXj-3" parent="1" style="rounded=1;whiteSpace=wrap;html=1;" value="World time" vertex="1">
          <mxGeometry height="60" width="120" x="160" y="520" as="geometry" />
        </mxCell>
        <mxCell id="i3pJ2tpZdK7oocnIrgXj-6" parent="1" style="rounded=1;whiteSpace=wrap;html=1;" value="Physics Scene" vertex="1">
          <mxGeometry height="60" width="120" x="-160" y="520" as="geometry" />
        </mxCell>
        <mxCell id="i3pJ2tpZdK7oocnIrgXj-11" edge="1" parent="1" source="i3pJ2tpZdK7oocnIrgXj-8" style="edgeStyle=orthogonalEdgeStyle;rounded=0;orthogonalLoop=1;jettySize=auto;html=1;exitX=0;exitY=0.5;exitDx=0;exitDy=0;entryX=1;entryY=0.5;entryDx=0;entryDy=0;endArrow=none;endFill=0;dashed=1;" target="i3pJ2tpZdK7oocnIrgXj-10">
          <mxGeometry relative="1" as="geometry" />
        </mxCell>
        <mxCell id="i3pJ2tpZdK7oocnIrgXj-18" edge="1" parent="1" source="i3pJ2tpZdK7oocnIrgXj-8" style="edgeStyle=orthogonalEdgeStyle;rounded=0;orthogonalLoop=1;jettySize=auto;html=1;exitX=0.5;exitY=1;exitDx=0;exitDy=0;entryX=0.5;entryY=0;entryDx=0;entryDy=0;endArrow=none;endFill=0;" target="i3pJ2tpZdK7oocnIrgXj-12">
          <mxGeometry relative="1" as="geometry" />
        </mxCell>
        <mxCell id="i3pJ2tpZdK7oocnIrgXj-8" parent="1" style="rounded=1;whiteSpace=wrap;html=1;" value="Game Instance" vertex="1">
          <mxGeometry height="60" width="120" x="320" y="280" as="geometry" />
        </mxCell>
        <mxCell id="i3pJ2tpZdK7oocnIrgXj-10" parent="1" style="rounded=1;whiteSpace=wrap;html=1;dashed=1;" value="Persistent data between worlds or levels" vertex="1">
          <mxGeometry height="60" width="120" x="160" y="170" as="geometry" />
        </mxCell>
        <mxCell id="i3pJ2tpZdK7oocnIrgXj-12" parent="1" style="rounded=1;whiteSpace=wrap;html=1;" value="Player data" vertex="1">
          <mxGeometry height="60" width="120" x="320" y="360" as="geometry" />
        </mxCell>
        <mxCell id="i3pJ2tpZdK7oocnIrgXj-19" parent="1" style="rounded=1;whiteSpace=wrap;html=1;" value="Unimplemented:&lt;div&gt;Physics Scene&lt;/div&gt;&lt;div&gt;Game Instance&lt;/div&gt;" vertex="1">
-           <mxGeometry height="60" width="120" x="520" y="480" as="geometry" />
+           <mxGeometry height="60" width="120" x="-50" y="80" as="geometry" />
+         </mxCell>
+         <mxCell id="Co8FKgyJ0RyQGJsRHfQD-6" edge="1" parent="1" source="Co8FKgyJ0RyQGJsRHfQD-2" style="edgeStyle=orthogonalEdgeStyle;rounded=0;orthogonalLoop=1;jettySize=auto;html=1;exitX=0.5;exitY=1;exitDx=0;exitDy=0;entryX=1;entryY=0.5;entryDx=0;entryDy=0;endArrow=none;endFill=0;" target="Co8FKgyJ0RyQGJsRHfQD-4">
+           <mxGeometry relative="1" as="geometry" />
+         </mxCell>
+         <mxCell id="Co8FKgyJ0RyQGJsRHfQD-7" edge="1" parent="1" source="Co8FKgyJ0RyQGJsRHfQD-2" style="edgeStyle=orthogonalEdgeStyle;rounded=0;orthogonalLoop=1;jettySize=auto;html=1;exitX=0.5;exitY=1;exitDx=0;exitDy=0;entryX=0;entryY=0.5;entryDx=0;entryDy=0;endArrow=none;endFill=0;" target="Co8FKgyJ0RyQGJsRHfQD-5">
+           <mxGeometry relative="1" as="geometry" />
+         </mxCell>
+         <mxCell id="Co8FKgyJ0RyQGJsRHfQD-2" parent="1" style="rounded=1;whiteSpace=wrap;html=1;" value="Task System" vertex="1">
+           <mxGeometry height="60" width="120" x="480" y="280" as="geometry" />
+         </mxCell>
+         <mxCell id="Co8FKgyJ0RyQGJsRHfQD-16" edge="1" parent="1" source="Co8FKgyJ0RyQGJsRHfQD-4" style="edgeStyle=orthogonalEdgeStyle;rounded=0;orthogonalLoop=1;jettySize=auto;html=1;exitX=0.5;exitY=1;exitDx=0;exitDy=0;entryX=0;entryY=0.5;entryDx=0;entryDy=0;endArrow=none;endFill=0;dashed=1;" target="Co8FKgyJ0RyQGJsRHfQD-8">
+           <mxGeometry relative="1" as="geometry" />
+         </mxCell>
+         <mxCell id="Co8FKgyJ0RyQGJsRHfQD-17" edge="1" parent="1" source="Co8FKgyJ0RyQGJsRHfQD-4" style="edgeStyle=orthogonalEdgeStyle;rounded=0;orthogonalLoop=1;jettySize=auto;html=1;exitX=0.25;exitY=1;exitDx=0;exitDy=0;entryX=0;entryY=0.5;entryDx=0;entryDy=0;endArrow=none;endFill=0;dashed=1;" target="Co8FKgyJ0RyQGJsRHfQD-14">
+           <mxGeometry relative="1" as="geometry" />
+         </mxCell>
+         <mxCell id="Co8FKgyJ0RyQGJsRHfQD-19" edge="1" parent="1" source="Co8FKgyJ0RyQGJsRHfQD-4" style="edgeStyle=orthogonalEdgeStyle;rounded=0;orthogonalLoop=1;jettySize=auto;html=1;exitX=0;exitY=0.5;exitDx=0;exitDy=0;entryX=0.5;entryY=0;entryDx=0;entryDy=0;endArrow=none;endFill=0;dashed=1;" target="Co8FKgyJ0RyQGJsRHfQD-18">
+           <mxGeometry relative="1" as="geometry" />
+         </mxCell>
+         <mxCell id="Co8FKgyJ0RyQGJsRHfQD-4" parent="1" style="rounded=1;whiteSpace=wrap;html=1;" value="Task Graph" vertex="1">
+           <mxGeometry height="60" width="120" x="400" y="440" as="geometry" />
+         </mxCell>
+         <mxCell id="Co8FKgyJ0RyQGJsRHfQD-12" edge="1" parent="1" source="Co8FKgyJ0RyQGJsRHfQD-5" style="edgeStyle=orthogonalEdgeStyle;rounded=0;orthogonalLoop=1;jettySize=auto;html=1;exitX=0.5;exitY=1;exitDx=0;exitDy=0;entryX=0.5;entryY=0;entryDx=0;entryDy=0;endArrow=none;endFill=0;" target="Co8FKgyJ0RyQGJsRHfQD-11">
+           <mxGeometry relative="1" as="geometry" />
+         </mxCell>
+         <mxCell id="Co8FKgyJ0RyQGJsRHfQD-13" edge="1" parent="1" source="Co8FKgyJ0RyQGJsRHfQD-5" style="edgeStyle=orthogonalEdgeStyle;rounded=0;orthogonalLoop=1;jettySize=auto;html=1;exitX=0.5;exitY=1;exitDx=0;exitDy=0;entryX=0.5;entryY=0;entryDx=0;entryDy=0;endArrow=none;endFill=0;" target="Co8FKgyJ0RyQGJsRHfQD-8">
+           <mxGeometry relative="1" as="geometry" />
+         </mxCell>
+         <mxCell id="Co8FKgyJ0RyQGJsRHfQD-5" parent="1" style="rounded=1;whiteSpace=wrap;html=1;" value="Scheduler" vertex="1">
+           <mxGeometry height="60" width="120" x="560" y="440" as="geometry" />
+         </mxCell>
+         <mxCell id="Co8FKgyJ0RyQGJsRHfQD-21" edge="1" parent="1" source="Co8FKgyJ0RyQGJsRHfQD-8" style="edgeStyle=orthogonalEdgeStyle;rounded=0;orthogonalLoop=1;jettySize=auto;html=1;exitX=0.5;exitY=1;exitDx=0;exitDy=0;endArrow=none;endFill=0;dashed=1;" target="Co8FKgyJ0RyQGJsRHfQD-20">
+           <mxGeometry relative="1" as="geometry" />
+         </mxCell>
+         <mxCell id="Co8FKgyJ0RyQGJsRHfQD-8" parent="1" style="rounded=1;whiteSpace=wrap;html=1;" value="Global Injection Queues" vertex="1">
+           <mxGeometry height="60" width="120" x="480" y="600" as="geometry" />
+         </mxCell>
+         <mxCell id="Co8FKgyJ0RyQGJsRHfQD-15" edge="1" parent="1" source="Co8FKgyJ0RyQGJsRHfQD-11" style="edgeStyle=orthogonalEdgeStyle;rounded=0;orthogonalLoop=1;jettySize=auto;html=1;exitX=0.5;exitY=1;exitDx=0;exitDy=0;entryX=0.5;entryY=0;entryDx=0;entryDy=0;endArrow=none;endFill=0;" target="Co8FKgyJ0RyQGJsRHfQD-14">
+           <mxGeometry relative="1" as="geometry" />
+         </mxCell>
+         <mxCell id="Co8FKgyJ0RyQGJsRHfQD-11" parent="1" style="rounded=1;whiteSpace=wrap;html=1;" value="Workers" vertex="1">
+           <mxGeometry height="60" width="120" x="640" y="600" as="geometry" />
+         </mxCell>
+         <mxCell id="Co8FKgyJ0RyQGJsRHfQD-22" edge="1" parent="1" source="Co8FKgyJ0RyQGJsRHfQD-14" style="edgeStyle=orthogonalEdgeStyle;rounded=0;orthogonalLoop=1;jettySize=auto;html=1;exitX=0.5;exitY=1;exitDx=0;exitDy=0;entryX=1;entryY=0.5;entryDx=0;entryDy=0;endArrow=none;endFill=0;startArrow=none;startFill=0;dashed=1;" target="Co8FKgyJ0RyQGJsRHfQD-20">
+           <mxGeometry relative="1" as="geometry" />
+         </mxCell>
+         <mxCell id="Co8FKgyJ0RyQGJsRHfQD-14" parent="1" style="rounded=1;whiteSpace=wrap;html=1;" value="Local Dequeues" vertex="1">
+           <mxGeometry height="60" width="120" x="640" y="680" as="geometry" />
+         </mxCell>
+         <mxCell id="Co8FKgyJ0RyQGJsRHfQD-18" parent="1" style="rounded=1;whiteSpace=wrap;html=1;dashed=1;" value="Directed acyclic graph (DAG) for dependency tracking" vertex="1">
+           <mxGeometry height="60" width="120" x="280" y="600" as="geometry" />
+         </mxCell>
+         <mxCell id="Co8FKgyJ0RyQGJsRHfQD-20" parent="1" style="rounded=1;whiteSpace=wrap;html=1;dashed=1;" value="Different queues for different priority tasks" vertex="1">
+           <mxGeometry height="60" width="120" x="480" y="760" as="geometry" />
        </mxCell>
      </root>
    </mxGraphModel>
  </diagram>
</mxfile>
